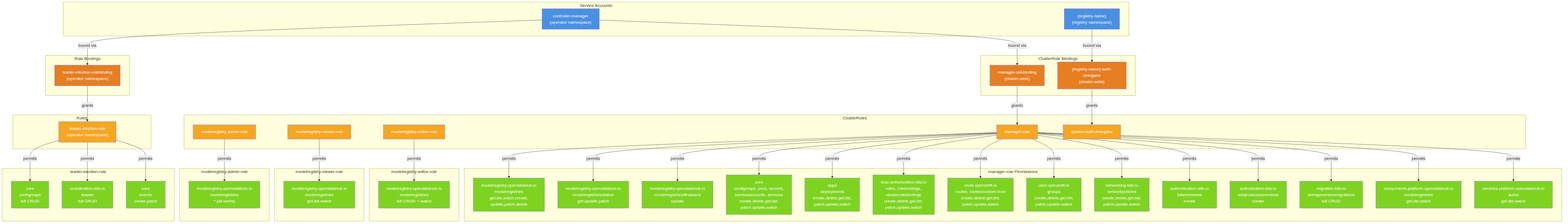
The Mermaid diagram architecture/rhoai-3.4-ea.2/diagrams/model-registry-operator-rbac.png in rhuss/architecture-context, before a commit. Its source is kept beside it as architecture/rhoai-3.4-ea.2/diagrams/model-registry-operator-rbac.mmd.
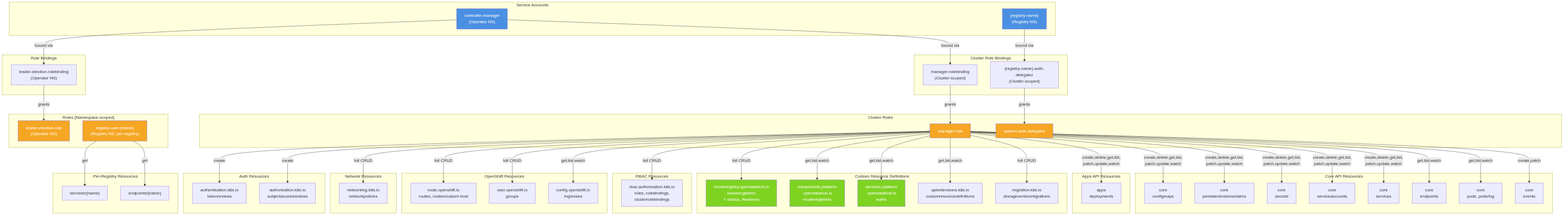
Later version of the same file.

Change to the diagram source:
```diff
@@ -1,126 +1,115 @@
 
 graph TD
     subgraph ServiceAccounts["Service Accounts"]
-        SA_Controller["controller-manager<br/>(operator namespace)"]
-        SA_Registry["{registry-name}<br/>(registry namespace)"]
+        SA_CM["controller-manager<br/>(Operator NS)"]
+        SA_REG["{registry-name}<br/>(Registry NS)"]
     end
 
-    subgraph ClusterRoleBindings["ClusterRole Bindings"]
-        CRB_Manager["manager-rolebinding<br/>(cluster-wide)"]
-        CRB_AuthDelegator["{registry-name}-auth-delegator<br/>(cluster-wide)"]
+    subgraph ClusterRoleBindings["Cluster Role Bindings"]
+        CRB_MGR["manager-rolebinding<br/>(Cluster-scoped)"]
+        CRB_AUTH["{registry-name}-auth-delegator<br/>(Cluster-scoped)"]
     end
 
     subgraph RoleBindings["Role Bindings"]
-        RB_LeaderElection["leader-election-rolebinding<br/>(operator namespace)"]
+        RB_LE["leader-election-rolebinding<br/>(Operator NS)"]
     end
 
-    subgraph ClusterRoles["ClusterRoles"]
-        CR_Manager["manager-role"]
-        CR_Editor["modelregistry-editor-role"]
-        CR_Viewer["modelregistry-viewer-role"]
-        CR_Admin["modelregistry-admin-role"]
-        CR_AuthDelegator["system:auth-delegator"]
+    subgraph ClusterRoles["Cluster Roles"]
+        CR_MGR["manager-role"]
+        CR_AUTHD["system:auth-delegator"]
     end
 
-    subgraph Roles["Roles"]
-        R_LeaderElection["leader-election-role<br/>(operator namespace)"]
+    subgraph Roles["Roles (Namespace-scoped)"]
+        R_LE["leader-election-role<br/>(Operator NS)"]
+        R_USER["registry-user-{name}<br/>(Registry NS, per-registry)"]
     end
 
-    subgraph ManagerPermissions["manager-role Permissions"]
-        direction TB
-        Perm_MR["modelregistry.opendatahub.io<br/>modelregistries<br/>get,list,watch,create,<br/>update,patch,delete"]
-        Perm_MRStatus["modelregistry.opendatahub.io<br/>modelregistries/status<br/>get,update,patch"]
-        Perm_MRFinalizers["modelregistry.opendatahub.io<br/>modelregistries/finalizers<br/>update"]
-        Perm_Core["core<br/>configmaps, pvcs, secrets,<br/>serviceaccounts, services<br/>create,delete,get,list,<br/>patch,update,watch"]
-        Perm_Apps["apps<br/>deployments<br/>create,delete,get,list,<br/>patch,update,watch"]
-        Perm_RBAC["rbac.authorization.k8s.io<br/>roles, rolebindings,<br/>clusterrolebindings<br/>create,delete,get,list,<br/>patch,update,watch"]
-        Perm_Routes["route.openshift.io<br/>routes, routes/custom-host<br/>create,delete,get,list,<br/>patch,update,watch"]
-        Perm_Groups["user.openshift.io<br/>groups<br/>create,delete,get,list,<br/>patch,update,watch"]
-        Perm_NetPol["networking.k8s.io<br/>networkpolicies<br/>create,delete,get,list,<br/>patch,update,watch"]
-        Perm_TokenReview["authentication.k8s.io<br/>tokenreviews<br/>create"]
-        Perm_SAR["authorization.k8s.io<br/>subjectaccessreviews<br/>create"]
-        Perm_Migration["migration.k8s.io<br/>storageversionmigrations<br/>full CRUD"]
-        Perm_Platform["components.platform.opendatahub.io<br/>modelregistries<br/>get,list,watch"]
-        Perm_Auth["services.platform.opendatahub.io<br/>auths<br/>get,list,watch"]
+    subgraph CoreResources["Core API Resources"]
+        ConfigMaps["core<br/>configmaps"]
+        PVCs["core<br/>persistentvolumeclaims"]
+        Secrets["core<br/>secrets"]
+        ServiceAccountsR["core<br/>serviceaccounts"]
+        Services["core<br/>services"]
+        Endpoints["core<br/>endpoints"]
+        Pods["core<br/>pods, pods/log"]
+        Events["core<br/>events"]
     end
 
-    subgraph EditorPermissions["modelregistry-editor-role"]
-        Perm_EditorMR["modelregistry.opendatahub.io<br/>modelregistries<br/>full CRUD + watch"]
+    subgraph AppsResources["Apps API Resources"]
+        Deployments["apps<br/>deployments"]
     end
 
-    subgraph ViewerPermissions["modelregistry-viewer-role"]
-        Perm_ViewerMR["modelregistry.opendatahub.io<br/>modelregistries<br/>get,list,watch"]
+    subgraph CRDResources["Custom Resource Definitions"]
+        MR_CRD["modelregistry.opendatahub.io<br/>modelregistries<br/>+ /status, /finalizers"]
+        Platform_MR["components.platform<br/>.opendatahub.io<br/>modelregistries"]
+        Platform_Auth["services.platform<br/>.opendatahub.io<br/>auths"]
+        CRDs["apiextensions.k8s.io<br/>customresourcedefinitions"]
+        SVM["migration.k8s.io<br/>storageversionmigrations"]
     end
 
-    subgraph AdminPermissions["modelregistry-admin-role"]
-        Perm_AdminMR["modelregistry.opendatahub.io<br/>modelregistries<br/>* (all verbs)"]
+    subgraph RBACResources["RBAC Resources"]
+        RolesR["rbac.authorization.k8s.io<br/>roles, rolebindings,<br/>clusterrolebindings"]
     end
 
-    subgraph LeaderElectionPermissions["leader-election-role"]
-        Perm_LE_CM["core<br/>configmaps<br/>full CRUD"]
-        Perm_LE_Leases["coordination.k8s.io<br/>leases<br/>full CRUD"]
-        Perm_LE_Events["core<br/>events<br/>create,patch"]
+    subgraph OpenShiftResources["OpenShift Resources"]
+        Routes["route.openshift.io<br/>routes, routes/custom-host"]
+        Groups["user.openshift.io<br/>groups"]
+        Ingresses["config.openshift.io<br/>ingresses"]
     end
 
-    SA_Controller -->|"bound via"| CRB_Manager
-    SA_Controller -->|"bound via"| RB_LeaderElection
-    SA_Registry -->|"bound via"| CRB_AuthDelegator
+    subgraph NetworkResources["Network Resources"]
+        NetworkPolicies["networking.k8s.io<br/>networkpolicies"]
+    end
 
-    CRB_Manager -->|"grants"| CR_Manager
-    CRB_AuthDelegator -->|"grants"| CR_AuthDelegator
-    RB_LeaderElection -->|"grants"| R_LeaderElection
+    subgraph AuthResources["Auth Resources"]
+        TokenReviews["authentication.k8s.io<br/>tokenreviews"]
+        SAR["authorization.k8s.io<br/>subjectaccessreviews"]
+    end
 
-    CR_Manager -->|"permits"| Perm_MR
-    CR_Manager -->|"permits"| Perm_MRStatus
-    CR_Manager -->|"permits"| Perm_MRFinalizers
-    CR_Manager -->|"permits"| Perm_Core
-    CR_Manager -->|"permits"| Perm_Apps
-    CR_Manager -->|"permits"| Perm_RBAC
-    CR_Manager -->|"permits"| Perm_Routes
-    CR_Manager -->|"permits"| Perm_Groups
-    CR_Manager -->|"permits"| Perm_NetPol
-    CR_Manager -->|"permits"| Perm_TokenReview
-    CR_Manager -->|"permits"| Perm_SAR
-    CR_Manager -->|"permits"| Perm_Migration
-    CR_Manager -->|"permits"| Perm_Platform
-    CR_Manager -->|"permits"| Perm_Auth
+    subgraph PerRegistryResources["Per-Registry Resources"]
+        RegService["services/{name}"]
+        RegEndpoints["endpoints/{name}"]
+    end
 
-    CR_Editor -->|"permits"| Perm_EditorMR
-    CR_Viewer -->|"permits"| Perm_ViewerMR
-    CR_Admin -->|"permits"| Perm_AdminMR
+    SA_CM -->|bound via| CRB_MGR
+    SA_CM -->|bound via| RB_LE
+    SA_REG -->|bound via| CRB_AUTH
 
-    R_LeaderElection -->|"permits"| Perm_LE_CM
-    R_LeaderElection -->|"permits"| Perm_LE_Leases
-    R_LeaderElection -->|"permits"| Perm_LE_Events
+    CRB_MGR -->|grants| CR_MGR
+    CRB_AUTH -->|grants| CR_AUTHD
+    RB_LE -->|grants| R_LE
 
-    style SA_Controller fill:#4a90e2,color:#fff
-    style SA_Registry fill:#4a90e2,color:#fff
-    style CR_Manager fill:#f5a623,color:#fff
-    style CR_Editor fill:#f5a623,color:#fff
-    style CR_Viewer fill:#f5a623,color:#fff
-    style CR_Admin fill:#f5a623,color:#fff
-    style CR_AuthDelegator fill:#f5a623,color:#fff
-    style R_LeaderElection fill:#f5a623,color:#fff
-    style CRB_Manager fill:#e67e22,color:#fff
-    style CRB_AuthDelegator fill:#e67e22,color:#fff
-    style RB_LeaderElection fill:#e67e22,color:#fff
-    style Perm_MR fill:#7ed321,color:#fff
-    style Perm_MRStatus fill:#7ed321,color:#fff
-    style Perm_MRFinalizers fill:#7ed321,color:#fff
-    style Perm_Core fill:#7ed321,color:#fff
-    style Perm_Apps fill:#7ed321,color:#fff
-    style Perm_RBAC fill:#7ed321,color:#fff
-    style Perm_Routes fill:#7ed321,color:#fff
-    style Perm_Groups fill:#7ed321,color:#fff
-    style Perm_NetPol fill:#7ed321,color:#fff
-    style Perm_TokenReview fill:#7ed321,color:#fff
-    style Perm_SAR fill:#7ed321,color:#fff
-    style Perm_Migration fill:#7ed321,color:#fff
-    style Perm_Platform fill:#7ed321,color:#fff
-    style Perm_Auth fill:#7ed321,color:#fff
-    style Perm_EditorMR fill:#7ed321,color:#fff
-    style Perm_ViewerMR fill:#7ed321,color:#fff
-    style Perm_AdminMR fill:#7ed321,color:#fff
-    style Perm_LE_CM fill:#7ed321,color:#fff
-    style Perm_LE_Leases fill:#7ed321,color:#fff
-    style Perm_LE_Events fill:#7ed321,color:#fff
+    CR_MGR -->|"create,delete,get,list,<br/>patch,update,watch"| ConfigMaps
+    CR_MGR -->|"create,delete,get,list,<br/>patch,update,watch"| PVCs
+    CR_MGR -->|"create,delete,get,list,<br/>patch,update,watch"| Secrets
+    CR_MGR -->|"create,delete,get,list,<br/>patch,update,watch"| ServiceAccountsR
+    CR_MGR -->|"create,delete,get,list,<br/>patch,update,watch"| Services
+    CR_MGR -->|"get,list,watch"| Endpoints
+    CR_MGR -->|"get,list,watch"| Pods
+    CR_MGR -->|"create,patch"| Events
+    CR_MGR -->|"create,delete,get,list,<br/>patch,update,watch"| Deployments
+    CR_MGR -->|"full CRUD"| MR_CRD
+    CR_MGR -->|"get,list,watch"| Platform_MR
+    CR_MGR -->|"get,list,watch"| Platform_Auth
+    CR_MGR -->|"get,list,watch"| CRDs
+    CR_MGR -->|"full CRUD"| SVM
+    CR_MGR -->|"full CRUD"| RolesR
+    CR_MGR -->|"full CRUD"| Routes
+    CR_MGR -->|"full CRUD"| Groups
+    CR_MGR -->|"get,list,watch"| Ingresses
+    CR_MGR -->|"full CRUD"| NetworkPolicies
+    CR_MGR -->|"create"| TokenReviews
+    CR_MGR -->|"create"| SAR
+
+    R_USER -->|"get"| RegService
+    R_USER -->|"get"| RegEndpoints
+
+    style SA_CM fill:#4a90e2,color:#fff
+    style SA_REG fill:#4a90e2,color:#fff
+    style CR_MGR fill:#f5a623,color:#fff
+    style CR_AUTHD fill:#f5a623,color:#fff
+    style R_LE fill:#f5a623,color:#fff
+    style R_USER fill:#f5a623,color:#fff
+    style MR_CRD fill:#7ed321,color:#fff
+    style Platform_MR fill:#7ed321,color:#fff
+    style Platform_Auth fill:#7ed321,color:#fff
```
